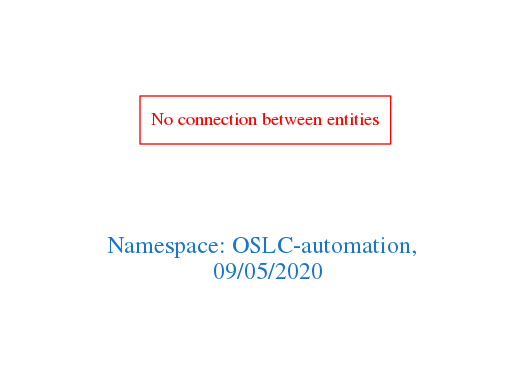
This is downloads/OSLC-automation.png from arago/OGIT, a Graphviz export, as it was before one commit. Its source is kept beside it as downloads/OSLC-automation.dot.
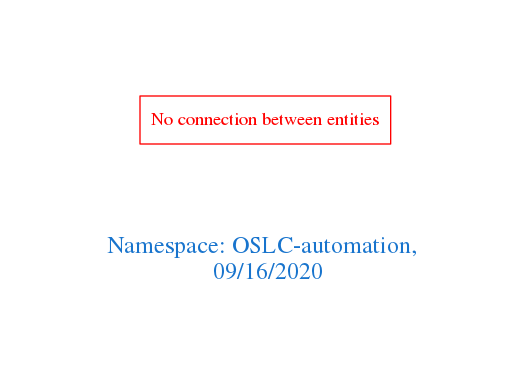
The same diagram one commit later.

Diff of the diagram source:
```diff
@@ -1,7 +1,7 @@
 digraph OGIT_ontology {
  graph [ rankdir= LR,pad=1
 fontsize = 18,
-fontcolor= dodgerblue3,label = "\n\n\nNamespace: OSLC-automation, \n 09/05/2020"];
+fontcolor= dodgerblue3,label = "\n\n\nNamespace: OSLC-automation, \n 09/16/2020"];
 node[shape=polygon];
 edge [  color="gray81"];
 
```
